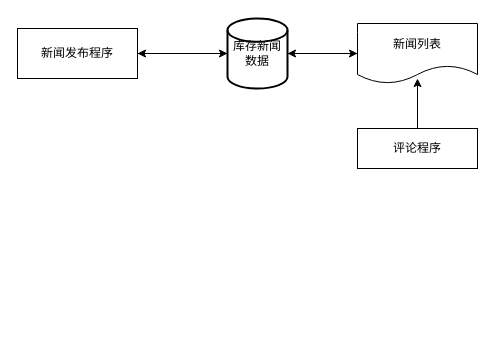
Before: Untitled Diagram.drawio in Steven954/Steven954.github.io, a draw.io diagram. Source tidied: cells renumbered, new cells numbered last; positions are measured from the earlier drawing's top-left corner, leaving out a move shared by most shapes. Both pictures are drawn from the tidied source at 100%, with x=0, y=0 at pixel (17, 18).
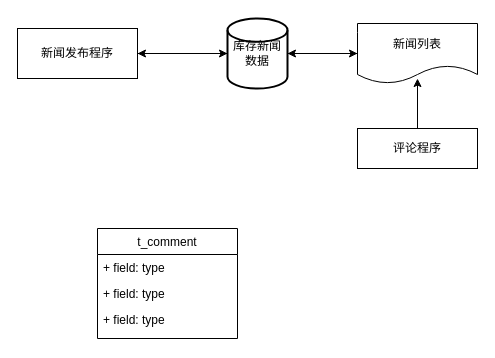
The same diagram, later.

Change to the diagram source:
```diff
@@
 <mxGraphModel>
   <root>
     <mxCell id="0" />
     <mxCell id="1" parent="0" />
     <mxCell id="2" style="edgeStyle=orthogonalEdgeStyle;rounded=0;jettySize=auto;html=1;exitX=1;exitY=0.5;exitDx=0;exitDy=0;entryX=0;entryY=0.5;entryDx=0;entryDy=0;entryPerimeter=0;" parent="1" edge="1" source="3" target="6">
       <mxGeometry relative="1" as="geometry" />
     </mxCell>
     <mxCell id="3" value="新闻发布程序" style="rounded=0;whiteSpace=wrap;html=1;" parent="1" vertex="1">
       <mxGeometry y="10" width="120" height="50" as="geometry" />
     </mxCell>
     <mxCell id="4" style="edgeStyle=orthogonalEdgeStyle;rounded=0;jettySize=auto;html=1;exitX=0;exitY=0.5;exitDx=0;exitDy=0;exitPerimeter=0;entryX=1;entryY=0.5;entryDx=0;entryDy=0;" parent="1" edge="1" source="6" target="3">
       <mxGeometry relative="1" as="geometry" />
     </mxCell>
     <mxCell id="5" style="edgeStyle=orthogonalEdgeStyle;rounded=0;jettySize=auto;html=1;exitX=1;exitY=0.5;exitDx=0;exitDy=0;exitPerimeter=0;entryX=0;entryY=0.5;entryDx=0;entryDy=0;" parent="1" edge="1" source="6" target="8">
       <mxGeometry relative="1" as="geometry" />
     </mxCell>
     <mxCell id="6" value="库存新闻数据" style="strokeWidth=2;html=1;shape=mxgraph.flowchart.database;whiteSpace=wrap;" parent="1" vertex="1">
       <mxGeometry x="210" width="60" height="70" as="geometry" />
     </mxCell>
     <mxCell id="7" style="edgeStyle=orthogonalEdgeStyle;rounded=0;jettySize=auto;html=1;entryX=1;entryY=0.5;entryDx=0;entryDy=0;entryPerimeter=0;" parent="1" edge="1" source="8" target="6">
       <mxGeometry relative="1" as="geometry" />
     </mxCell>
     <mxCell id="8" value="新闻列表" style="shape=document;whiteSpace=wrap;html=1;boundedLbl=1;" parent="1" vertex="1">
       <mxGeometry x="340" y="5" width="120" height="60" as="geometry" />
     </mxCell>
     <mxCell id="9" style="edgeStyle=orthogonalEdgeStyle;rounded=0;jettySize=auto;html=1;entryX=0.5;entryY=0.917;entryDx=0;entryDy=0;entryPerimeter=0;" parent="1" edge="1" source="10" target="8">
       <mxGeometry relative="1" as="geometry" />
     </mxCell>
     <mxCell id="10" value="评论程序" style="rounded=0;whiteSpace=wrap;html=1;" parent="1" vertex="1">
       <mxGeometry x="340" y="110" width="120" height="40" as="geometry" />
     </mxCell>
+    <mxCell id="11" value="t_comment" style="swimlane;fontStyle=0;horizontal=1;startSize=26;fillColor=none;" parent="1" vertex="1">
+      <mxGeometry x="80" y="210" width="140" height="110" as="geometry" />
+    </mxCell>
+    <mxCell id="12" value="+ field: type" style="text;strokeColor=none;fillColor=none;align=left;verticalAlign=top;spacingLeft=4;spacingRight=4;overflow=hidden;" parent="11" vertex="1">
+      <mxGeometry y="26" width="140" height="26" as="geometry" />
+    </mxCell>
+    <mxCell id="13" value="+ field: type" style="text;strokeColor=none;fillColor=none;align=left;verticalAlign=top;spacingLeft=4;spacingRight=4;overflow=hidden;" parent="11" vertex="1">
+      <mxGeometry y="52" width="140" height="26" as="geometry" />
+    </mxCell>
+    <mxCell id="14" value="+ field: type" style="text;strokeColor=none;fillColor=none;align=left;verticalAlign=top;spacingLeft=4;spacingRight=4;overflow=hidden;" parent="11" vertex="1">
+      <mxGeometry y="78" width="140" height="32" as="geometry" />
+    </mxCell>
   </root>
 </mxGraphModel>
```
